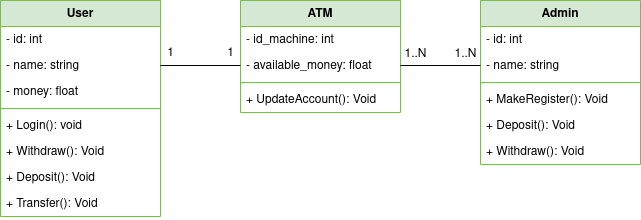
Above: diagramas_clase/cajero-atm/diagrama-clase-cajero-atm.drawio.png in JesusLugo2002/ETS (draw.io), before the change. Source tidied: cells renumbered, new cells last; positions are measured from the earlier drawing's top-left corner, leaving out a move shared by most shapes.
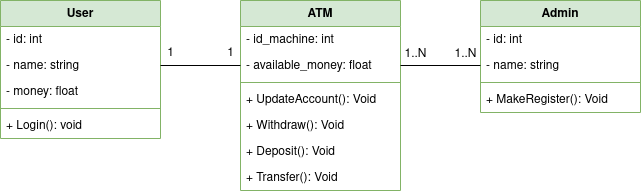
Later version of the same file.

What changed in the source:
```diff
@@ -3,7 +3,7 @@
     <mxCell id="0" />
     <mxCell id="1" parent="0" />
     <mxCell id="2" value="User" style="swimlane;fontStyle=1;align=center;verticalAlign=top;horizontal=1;startSize=26;whiteSpace=wrap;html=1;fillColor=#d5e8d4;strokeColor=#82b366;" parent="1" vertex="1">
-      <mxGeometry width="160" height="216" as="geometry" />
+      <mxGeometry width="160" height="138" as="geometry" />
     </mxCell>
     <mxCell id="3" value="- id: int" style="text;strokeColor=none;fillColor=none;align=left;verticalAlign=top;spacingLeft=4;spacingRight=4;overflow=hidden;whiteSpace=wrap;html=1;" parent="2" vertex="1">
       <mxGeometry y="26" width="160" height="26" as="geometry" />
@@ -20,17 +20,8 @@
     <mxCell id="7" value="+ Login(): void" style="text;strokeColor=none;fillColor=none;align=left;verticalAlign=top;spacingLeft=4;spacingRight=4;overflow=hidden;whiteSpace=wrap;html=1;" parent="2" vertex="1">
       <mxGeometry y="112" width="160" height="26" as="geometry" />
     </mxCell>
-    <mxCell id="8" value="+ Withdraw(): Void" style="text;strokeColor=none;fillColor=none;align=left;verticalAlign=top;spacingLeft=4;spacingRight=4;overflow=hidden;whiteSpace=wrap;html=1;" parent="2" vertex="1">
-      <mxGeometry y="138" width="160" height="26" as="geometry" />
-    </mxCell>
-    <mxCell id="9" value="+ Deposit(): Void" style="text;strokeColor=none;fillColor=none;align=left;verticalAlign=top;spacingLeft=4;spacingRight=4;overflow=hidden;whiteSpace=wrap;html=1;" parent="2" vertex="1">
-      <mxGeometry y="164" width="160" height="26" as="geometry" />
-    </mxCell>
-    <mxCell id="10" value="+ Transfer(): Void" style="text;strokeColor=none;fillColor=none;align=left;verticalAlign=top;spacingLeft=4;spacingRight=4;overflow=hidden;whiteSpace=wrap;html=1;" parent="2" vertex="1">
-      <mxGeometry y="190" width="160" height="26" as="geometry" />
-    </mxCell>
     <mxCell id="11" value="&lt;div&gt;ATM&lt;/div&gt;" style="swimlane;fontStyle=1;align=center;verticalAlign=top;horizontal=1;startSize=26;whiteSpace=wrap;html=1;fillColor=#d5e8d4;strokeColor=#82b366;" parent="1" vertex="1">
-      <mxGeometry x="240" width="160" height="112" as="geometry" />
+      <mxGeometry x="240" width="160" height="190" as="geometry" />
     </mxCell>
     <mxCell id="12" value="- id_machine: int" style="text;strokeColor=none;fillColor=none;align=left;verticalAlign=top;spacingLeft=4;spacingRight=4;overflow=hidden;whiteSpace=wrap;html=1;" parent="11" vertex="1">
       <mxGeometry y="26" width="160" height="26" as="geometry" />
@@ -44,8 +35,17 @@
     <mxCell id="15" value="+ UpdateAccount(): Void" style="text;strokeColor=none;fillColor=none;align=left;verticalAlign=top;spacingLeft=4;spacingRight=4;overflow=hidden;whiteSpace=wrap;html=1;" parent="11" vertex="1">
       <mxGeometry y="86" width="160" height="26" as="geometry" />
     </mxCell>
+    <mxCell id="8" value="+ Withdraw(): Void" style="text;strokeColor=none;fillColor=none;align=left;verticalAlign=top;spacingLeft=4;spacingRight=4;overflow=hidden;whiteSpace=wrap;html=1;" parent="11" vertex="1">
+      <mxGeometry y="112" width="160" height="26" as="geometry" />
+    </mxCell>
+    <mxCell id="29" value="+ Deposit(): Void" style="text;strokeColor=none;fillColor=none;align=left;verticalAlign=top;spacingLeft=4;spacingRight=4;overflow=hidden;whiteSpace=wrap;html=1;" parent="11" vertex="1">
+      <mxGeometry y="138" width="160" height="26" as="geometry" />
+    </mxCell>
+    <mxCell id="10" value="+ Transfer(): Void" style="text;strokeColor=none;fillColor=none;align=left;verticalAlign=top;spacingLeft=4;spacingRight=4;overflow=hidden;whiteSpace=wrap;html=1;" parent="11" vertex="1">
+      <mxGeometry y="164" width="160" height="26" as="geometry" />
+    </mxCell>
     <mxCell id="16" value="&lt;div&gt;Admin&lt;/div&gt;" style="swimlane;fontStyle=1;align=center;verticalAlign=top;horizontal=1;startSize=26;whiteSpace=wrap;html=1;fillColor=#d5e8d4;strokeColor=#82b366;" parent="1" vertex="1">
-      <mxGeometry x="480" width="160" height="164" as="geometry" />
+      <mxGeometry x="480" width="160" height="112" as="geometry" />
     </mxCell>
     <mxCell id="17" value="&lt;div&gt;- id: int&lt;/div&gt;&lt;div&gt;&lt;br&gt;&lt;/div&gt;" style="text;strokeColor=none;fillColor=none;align=left;verticalAlign=top;spacingLeft=4;spacingRight=4;overflow=hidden;whiteSpace=wrap;html=1;" parent="16" vertex="1">
       <mxGeometry y="26" width="160" height="26" as="geometry" />
@@ -59,12 +59,6 @@
     <mxCell id="20" value="+ MakeRegister(): Void" style="text;strokeColor=none;fillColor=none;align=left;verticalAlign=top;spacingLeft=4;spacingRight=4;overflow=hidden;whiteSpace=wrap;html=1;" parent="16" vertex="1">
       <mxGeometry y="86" width="160" height="26" as="geometry" />
     </mxCell>
-    <mxCell id="21" value="+ Deposit(): Void" style="text;strokeColor=none;fillColor=none;align=left;verticalAlign=top;spacingLeft=4;spacingRight=4;overflow=hidden;whiteSpace=wrap;html=1;" parent="16" vertex="1">
-      <mxGeometry y="112" width="160" height="26" as="geometry" />
-    </mxCell>
-    <mxCell id="22" value="&lt;div&gt;+ Withdraw(): Void&lt;/div&gt;&lt;div&gt;&lt;br&gt;&lt;/div&gt;" style="text;strokeColor=none;fillColor=none;align=left;verticalAlign=top;spacingLeft=4;spacingRight=4;overflow=hidden;whiteSpace=wrap;html=1;" parent="16" vertex="1">
-      <mxGeometry y="138" width="160" height="26" as="geometry" />
-    </mxCell>
     <mxCell id="23" style="edgeStyle=orthogonalEdgeStyle;rounded=0;jettySize=auto;html=1;entryX=0;entryY=0.5;entryDx=0;entryDy=0;endArrow=none;endFill=0;" parent="1" edge="1" source="4" target="13">
       <mxGeometry relative="1" as="geometry" />
     </mxCell>
```
